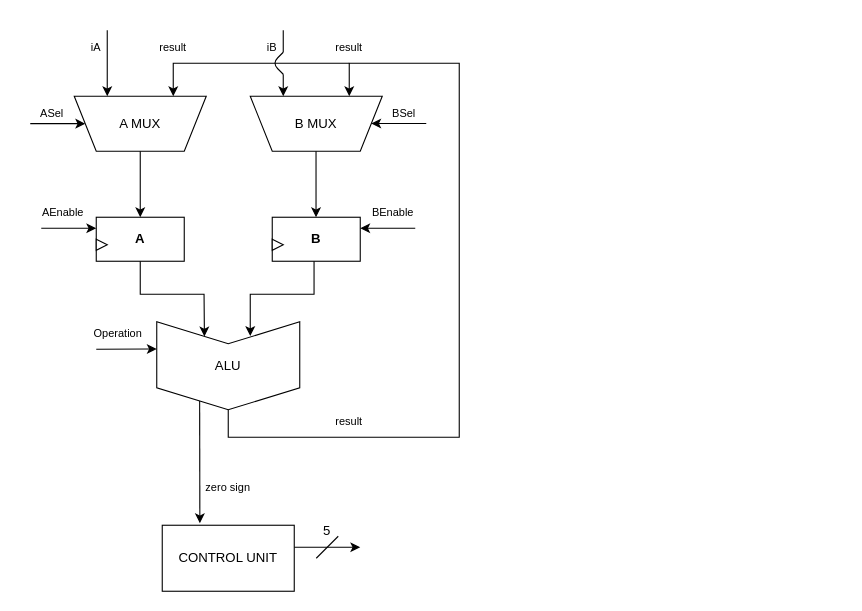
The draw.io diagram assets/Euclid (1).drawio in manchiel/programming-in-hardware, before the edit. Source tidied: cells renumbered, new cells numbered last; positions are measured from the earlier drawing's top-left corner, leaving out a move shared by most shapes. Both pictures are drawn from the tidied source at 110%, with x=0, y=0 at pixel (19, 30).
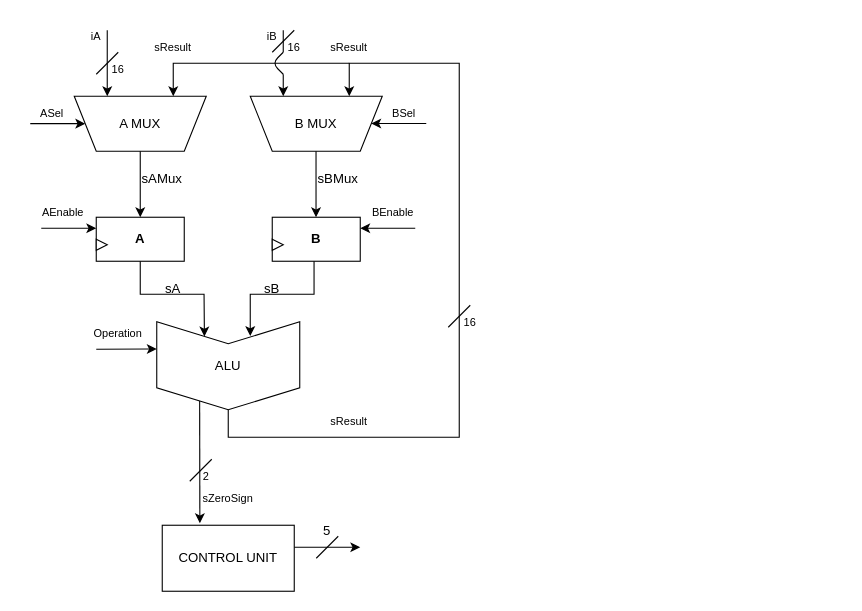
After the change.

What changed in the source:
```diff
@@
     <mxCell id="34" value="&lt;font style=&quot;font-size: 10px;&quot;&gt;iA&lt;/font&gt;" style="text;html=1;whiteSpace=wrap;strokeColor=none;fillColor=none;align=center;verticalAlign=middle;rounded=0;" parent="1" vertex="1">
-      <mxGeometry x="40" width="60" height="30" as="geometry" />
+      <mxGeometry x="40" y="-10" width="60" height="30" as="geometry" />
     </mxCell>
     <mxCell id="35" value="&lt;font style=&quot;font-size: 10px;&quot;&gt;iB&lt;/font&gt;" style="text;html=1;whiteSpace=wrap;strokeColor=none;fillColor=none;align=center;verticalAlign=middle;rounded=0;" parent="1" vertex="1">
-      <mxGeometry x="200" width="60" height="30" as="geometry" />
+      <mxGeometry x="200" y="-10" width="60" height="30" as="geometry" />
     </mxCell>
-    <mxCell id="36" value="&lt;font style=&quot;font-size: 10px;&quot;&gt;result&lt;/font&gt;" style="text;html=1;whiteSpace=wrap;strokeColor=none;fillColor=none;align=center;verticalAlign=middle;rounded=0;" parent="1" vertex="1">
+    <mxCell id="36" value="&lt;font style=&quot;font-size: 10px;&quot;&gt;sResult&lt;/font&gt;" style="text;html=1;whiteSpace=wrap;strokeColor=none;fillColor=none;align=center;verticalAlign=middle;rounded=0;" parent="1" vertex="1">
       <mxGeometry x="270" y="340" width="60" height="30" as="geometry" />
     </mxCell>
-    <mxCell id="37" value="&lt;font style=&quot;font-size: 10px;&quot;&gt;result&lt;/font&gt;" style="text;html=1;whiteSpace=wrap;strokeColor=none;fillColor=none;align=center;verticalAlign=middle;rounded=0;" parent="1" vertex="1">
+    <mxCell id="37" value="&lt;font style=&quot;font-size: 10px;&quot;&gt;sResult&lt;/font&gt;" style="text;html=1;whiteSpace=wrap;strokeColor=none;fillColor=none;align=center;verticalAlign=middle;rounded=0;" parent="1" vertex="1">
       <mxGeometry x="270" width="60" height="30" as="geometry" />
     </mxCell>
-    <mxCell id="38" value="&lt;font style=&quot;font-size: 10px;&quot;&gt;result&lt;/font&gt;" style="text;html=1;whiteSpace=wrap;strokeColor=none;fillColor=none;align=center;verticalAlign=middle;rounded=0;" parent="1" vertex="1">
+    <mxCell id="38" value="&lt;font style=&quot;font-size: 10px;&quot;&gt;sResult&lt;/font&gt;" style="text;html=1;whiteSpace=wrap;strokeColor=none;fillColor=none;align=center;verticalAlign=middle;rounded=0;" parent="1" vertex="1">
       <mxGeometry x="110" width="60" height="30" as="geometry" />
     </mxCell>
@@
-    <mxCell id="40" value="&lt;font style=&quot;font-size: 10px;&quot;&gt;zero sign&lt;/font&gt;" style="text;html=1;whiteSpace=wrap;strokeColor=none;fillColor=none;align=center;verticalAlign=middle;rounded=0;" parent="1" vertex="1">
-      <mxGeometry x="160" y="400" width="60" height="30" as="geometry" />
+    <mxCell id="40" value="&lt;font style=&quot;font-size: 10px;&quot;&gt;sZeroSign&lt;/font&gt;" style="text;html=1;whiteSpace=wrap;strokeColor=none;fillColor=none;align=center;verticalAlign=middle;rounded=0;" parent="1" vertex="1">
+      <mxGeometry x="160" y="410" width="60" height="30" as="geometry" />
     </mxCell>
@@
+    <mxCell id="44" value="sAMux" style="text;html=1;whiteSpace=wrap;strokeColor=none;fillColor=none;align=center;verticalAlign=middle;rounded=0;" parent="1" vertex="1">
+      <mxGeometry x="100" y="120" width="60" height="30" as="geometry" />
+    </mxCell>
+    <mxCell id="45" value="sBMux" style="text;html=1;whiteSpace=wrap;strokeColor=none;fillColor=none;align=center;verticalAlign=middle;rounded=0;" parent="1" vertex="1">
+      <mxGeometry x="260" y="120" width="60" height="30" as="geometry" />
+    </mxCell>
+    <mxCell id="46" value="sA" style="text;html=1;whiteSpace=wrap;strokeColor=none;fillColor=none;align=center;verticalAlign=middle;rounded=0;" parent="1" vertex="1">
+      <mxGeometry x="110" y="220" width="60" height="30" as="geometry" />
+    </mxCell>
+    <mxCell id="47" value="sB" style="text;html=1;whiteSpace=wrap;strokeColor=none;fillColor=none;align=center;verticalAlign=middle;rounded=0;" parent="1" vertex="1">
+      <mxGeometry x="200" y="220" width="60" height="30" as="geometry" />
+    </mxCell>
+    <mxCell id="48" style="endArrow=none;html=1;rounded=0;" parent="1" edge="1">
+      <mxGeometry relative="1" as="geometry">
+        <mxPoint x="155" y="410" as="sourcePoint" />
+        <mxPoint x="175" y="390" as="targetPoint" />
+      </mxGeometry>
+    </mxCell>
+    <mxCell id="49" value="&lt;font style=&quot;font-size: 10px;&quot;&gt;2&lt;/font&gt;" style="text;html=1;whiteSpace=wrap;strokeColor=none;fillColor=none;align=center;verticalAlign=middle;rounded=0;" parent="1" vertex="1">
+      <mxGeometry x="140" y="390" width="60" height="30" as="geometry" />
+    </mxCell>
+    <mxCell id="50" style="endArrow=none;html=1;rounded=0;" parent="1" edge="1">
+      <mxGeometry relative="1" as="geometry">
+        <mxPoint x="70" y="40" as="sourcePoint" />
+        <mxPoint x="90" y="20" as="targetPoint" />
+      </mxGeometry>
+    </mxCell>
+    <mxCell id="51" style="endArrow=none;html=1;rounded=0;" parent="1" edge="1">
+      <mxGeometry relative="1" as="geometry">
+        <mxPoint x="230" y="20" as="sourcePoint" />
+        <mxPoint x="250" as="targetPoint" />
+      </mxGeometry>
+    </mxCell>
+    <mxCell id="52" value="&lt;font style=&quot;font-size: 10px;&quot;&gt;16&lt;/font&gt;" style="text;html=1;whiteSpace=wrap;strokeColor=none;fillColor=none;align=center;verticalAlign=middle;rounded=0;" parent="1" vertex="1">
+      <mxGeometry x="60" y="20" width="60" height="30" as="geometry" />
+    </mxCell>
+    <mxCell id="53" value="&lt;font style=&quot;font-size: 10px;&quot;&gt;16&lt;/font&gt;" style="text;html=1;whiteSpace=wrap;strokeColor=none;fillColor=none;align=center;verticalAlign=middle;rounded=0;" parent="1" vertex="1">
+      <mxGeometry x="220" width="60" height="30" as="geometry" />
+    </mxCell>
+    <mxCell id="54" value="&lt;font style=&quot;font-size: 10px;&quot;&gt;16&lt;/font&gt;" style="text;html=1;whiteSpace=wrap;strokeColor=none;fillColor=none;align=center;verticalAlign=middle;rounded=0;" parent="1" vertex="1">
+      <mxGeometry x="380" y="250" width="60" height="30" as="geometry" />
+    </mxCell>
+    <mxCell id="55" style="endArrow=none;html=1;rounded=0;" parent="1" edge="1">
+      <mxGeometry relative="1" as="geometry">
+        <mxPoint x="390" y="270" as="sourcePoint" />
+        <mxPoint x="410" y="250" as="targetPoint" />
+      </mxGeometry>
+    </mxCell>
```
